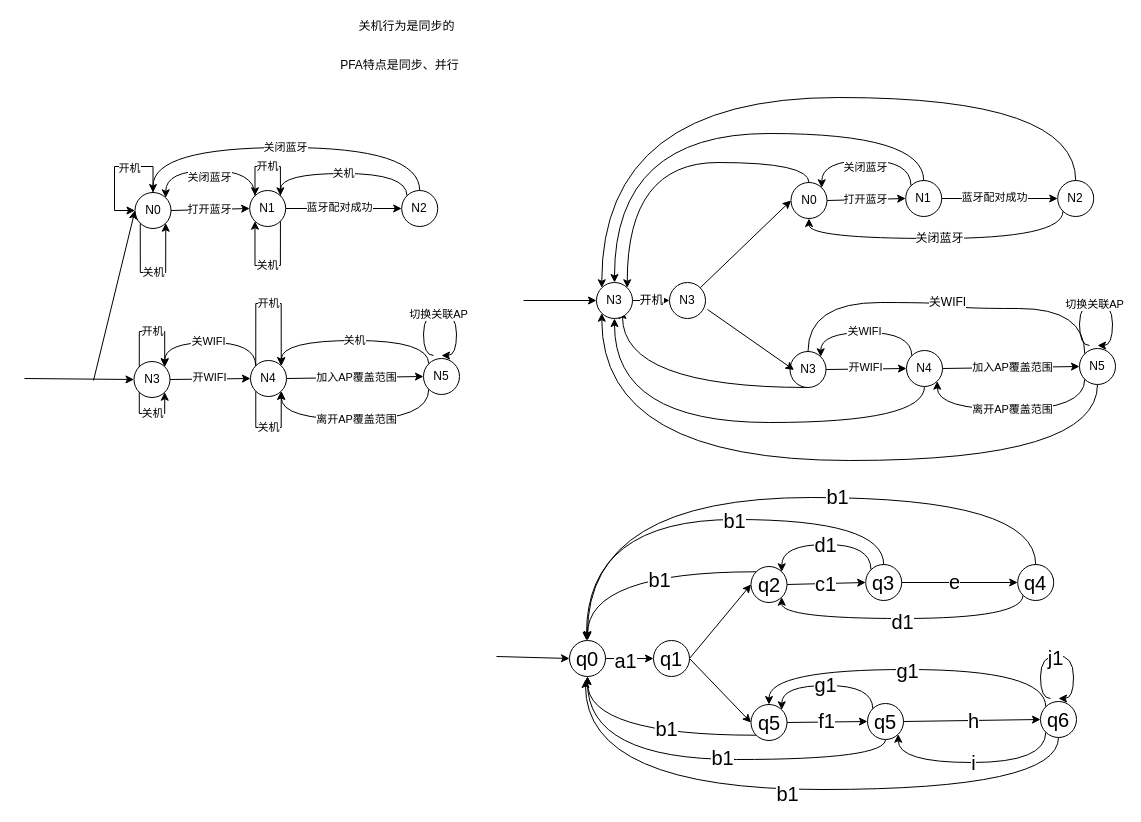
This is page "方法三：并行自动机_笔记本行为" (2 of 8) of 时间自动机.drawio from Icarus1994/neutron_conf, a draw.io file, before an edit. Source tidied: cells renumbered, new cells numbered last; positions are measured from the earlier drawing's top-left corner, leaving out a move shared by most shapes. Both pictures are drawn from the tidied source at 100%, with x=0, y=0 at pixel (24, 17).
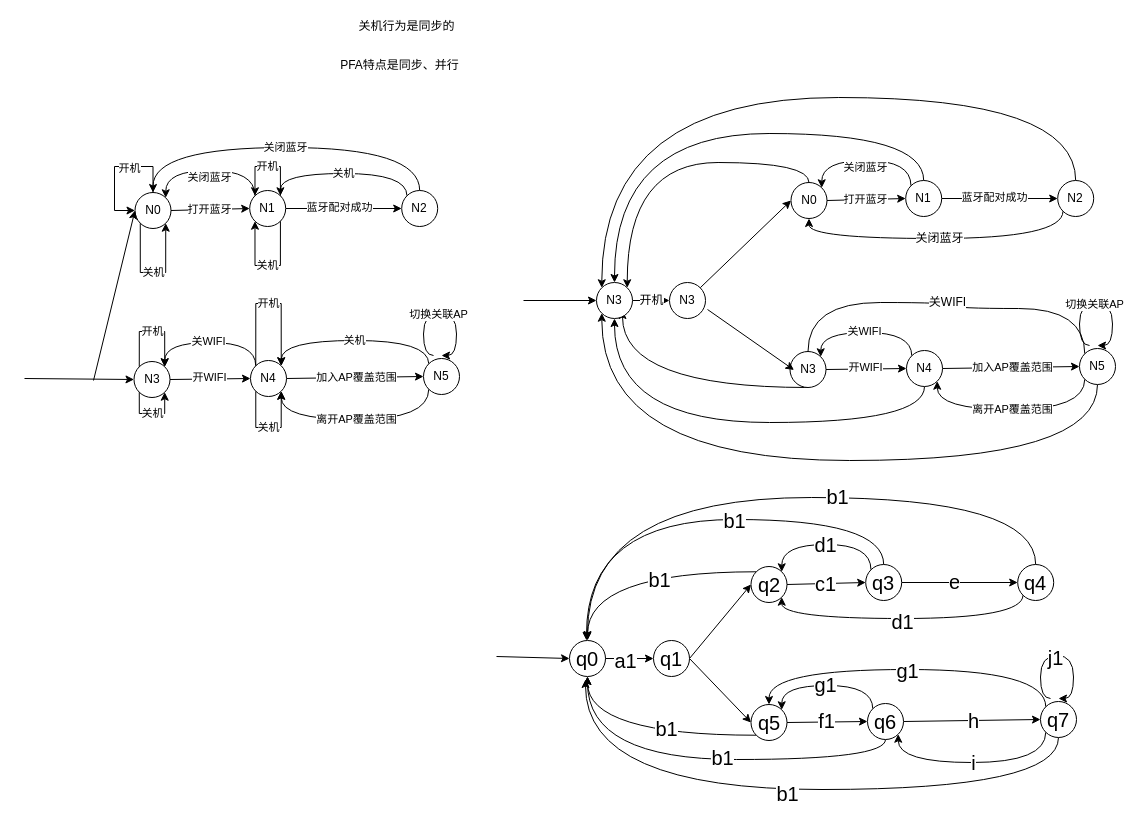
After the change.

What changed in the source:
```diff
@@
-    <mxCell id="39" value="q5" style="ellipse;whiteSpace=wrap;html=1;fontSize=20;" parent="1" vertex="1">
+    <mxCell id="39" value="q6" style="ellipse;whiteSpace=wrap;html=1;fontSize=20;" parent="1" vertex="1">
       <mxGeometry x="843" y="686" width="36" height="36" as="geometry" />
     </mxCell>
@@
-    <mxCell id="45" value="q6" style="ellipse;whiteSpace=wrap;html=1;fontSize=20;" parent="1" vertex="1">
+    <mxCell id="45" value="q7" style="ellipse;whiteSpace=wrap;html=1;fontSize=20;" parent="1" vertex="1">
       <mxGeometry x="1016" y="684" width="36" height="36" as="geometry" />
     </mxCell>
```
